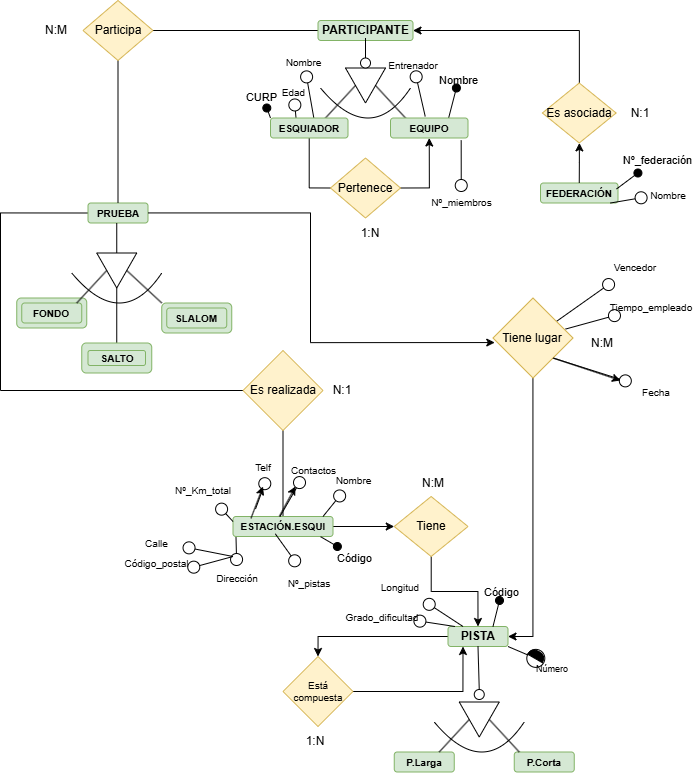
The draw.io diagram Data Base/OlimpiadasDeInvierno.drawio.png in Samue45/1-DAM, before a commit. Source tidied: cells renumbered, new cells last; positions are measured from the earlier drawing's top-left corner, leaving out a move shared by most shapes.
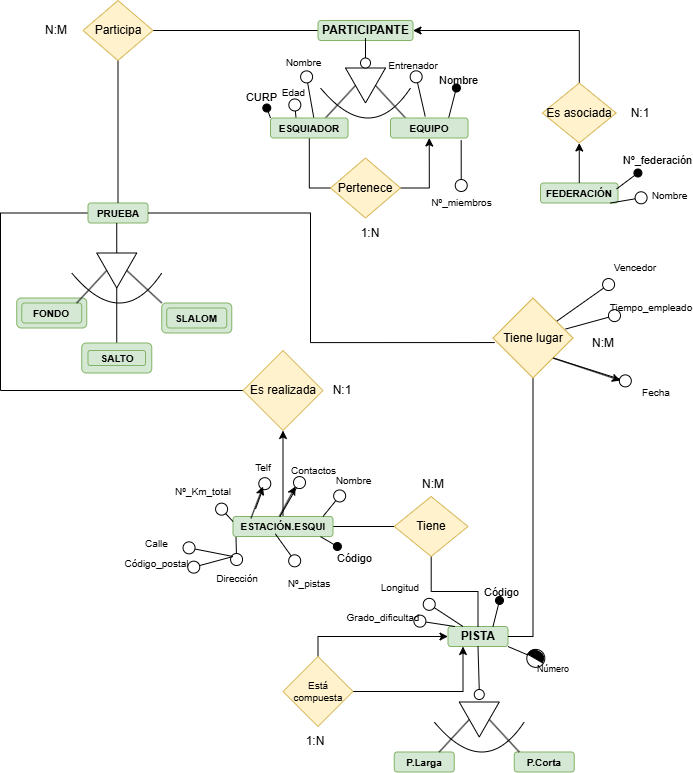
Later version of the same file.

The edit, as a diff of the source:
```diff
@@ -11,10 +11,10 @@
     <mxCell id="4" style="edgeStyle=orthogonalEdgeStyle;rounded=0;jettySize=auto;html=1;entryX=1;entryY=0.5;entryDx=0;entryDy=0;endArrow=none;endFill=0;" parent="1" edge="1" source="57" target="33">
       <mxGeometry relative="1" as="geometry" />
     </mxCell>
-    <mxCell id="5" style="edgeStyle=orthogonalEdgeStyle;rounded=0;jettySize=auto;html=1;entryX=0;entryY=0.5;entryDx=0;entryDy=0;" parent="1" edge="1" source="7" target="72">
+    <mxCell id="5" style="edgeStyle=orthogonalEdgeStyle;rounded=0;jettySize=auto;html=1;entryX=0;entryY=0.5;entryDx=0;entryDy=0;endArrow=none;endFill=0;" parent="1" edge="1" source="7" target="72">
       <mxGeometry relative="1" as="geometry" />
     </mxCell>
-    <mxCell id="6" style="edgeStyle=orthogonalEdgeStyle;rounded=0;jettySize=auto;html=1;entryX=0.5;entryY=1;entryDx=0;entryDy=0;endArrow=none;endFill=0;" parent="1" edge="1" source="7" target="107">
+    <mxCell id="6" style="edgeStyle=orthogonalEdgeStyle;rounded=0;jettySize=auto;html=1;entryX=0.5;entryY=1;entryDx=0;entryDy=0;endArrow=classic;endFill=1;startArrow=none;startFill=0;" parent="1" edge="1" source="7" target="107">
       <mxGeometry relative="1" as="geometry" />
     </mxCell>
     <mxCell id="7" value="&lt;b&gt;ESTACIÓN.ESQUI&lt;/b&gt;" style="rounded=1;whiteSpace=wrap;html=1;fillColor=#d5e8d4;strokeColor=#82b366;fontSize=10;" parent="1" vertex="1">
@@ -95,7 +95,7 @@
         <mxPoint x="438.8" y="751.5" as="sourcePoint" />
       </mxGeometry>
     </mxCell>
-    <mxCell id="27" style="edgeStyle=orthogonalEdgeStyle;rounded=0;jettySize=auto;html=1;entryX=0.5;entryY=0;entryDx=0;entryDy=0;" parent="1" edge="1" source="28" target="105">
+    <mxCell id="27" style="edgeStyle=orthogonalEdgeStyle;rounded=0;jettySize=auto;html=1;entryX=0.5;entryY=0;entryDx=0;entryDy=0;startArrow=classic;startFill=1;endArrow=none;endFill=0;" parent="1" edge="1" source="28" target="105">
       <mxGeometry relative="1" as="geometry" />
     </mxCell>
     <mxCell id="28" value="&lt;b&gt;PISTA&lt;/b&gt;" style="rounded=1;whiteSpace=wrap;html=1;fillColor=#d5e8d4;strokeColor=#82b366;" parent="1" vertex="1">
@@ -256,7 +256,7 @@
     <mxCell id="70" value="&lt;font style=&quot;font-size: 10px;&quot;&gt;Vencedor&lt;/font&gt;" style="text;html=1;align=center;verticalAlign=middle;whiteSpace=wrap;rounded=0;fontSize=16;" parent="1" vertex="1">
       <mxGeometry x="605" y="250" width="60" height="30" as="geometry" />
     </mxCell>
-    <mxCell id="71" style="edgeStyle=orthogonalEdgeStyle;rounded=0;jettySize=auto;html=1;entryX=0.5;entryY=0;entryDx=0;entryDy=0;" parent="1" edge="1" source="72" target="28">
+    <mxCell id="71" style="edgeStyle=orthogonalEdgeStyle;rounded=0;jettySize=auto;html=1;entryX=0.5;entryY=0;entryDx=0;entryDy=0;endArrow=none;endFill=0;" parent="1" edge="1" source="72" target="28">
       <mxGeometry relative="1" as="geometry" />
     </mxCell>
     <mxCell id="72" value="Tiene" style="rhombus;whiteSpace=wrap;html=1;fillColor=#fff2cc;strokeColor=#d6b656;" parent="1" vertex="1">
@@ -391,13 +391,13 @@
     <mxCell id="108" value="N:1" style="text;html=1;align=center;verticalAlign=middle;whiteSpace=wrap;rounded=0;" parent="1" vertex="1">
       <mxGeometry x="312.2" y="375" width="60" height="30" as="geometry" />
     </mxCell>
-    <mxCell id="109" style="edgeStyle=orthogonalEdgeStyle;rounded=0;jettySize=auto;html=1;entryX=1;entryY=0.5;entryDx=0;entryDy=0;" parent="1" edge="1" source="110" target="28">
+    <mxCell id="109" style="edgeStyle=orthogonalEdgeStyle;rounded=0;jettySize=auto;html=1;entryX=1;entryY=0.5;entryDx=0;entryDy=0;endArrow=none;endFill=0;" parent="1" edge="1" source="110" target="28">
       <mxGeometry relative="1" as="geometry" />
     </mxCell>
     <mxCell id="110" value="Tiene lugar" style="rhombus;whiteSpace=wrap;html=1;fillColor=#fff2cc;strokeColor=#d6b656;" parent="1" vertex="1">
       <mxGeometry x="492.5" y="297.5" width="80" height="80" as="geometry" />
     </mxCell>
-    <mxCell id="111" style="edgeStyle=orthogonalEdgeStyle;rounded=0;jettySize=auto;html=1;entryX=0.022;entryY=0.557;entryDx=0;entryDy=0;entryPerimeter=0;" parent="1" edge="1" source="16" target="110">
+    <mxCell id="111" style="edgeStyle=orthogonalEdgeStyle;rounded=0;jettySize=auto;html=1;entryX=0.022;entryY=0.557;entryDx=0;entryDy=0;entryPerimeter=0;endArrow=none;endFill=0;" parent="1" edge="1" source="16" target="110">
       <mxGeometry relative="1" as="geometry">
         <Array as="points">
           <mxPoint x="310" y="212" />
```
